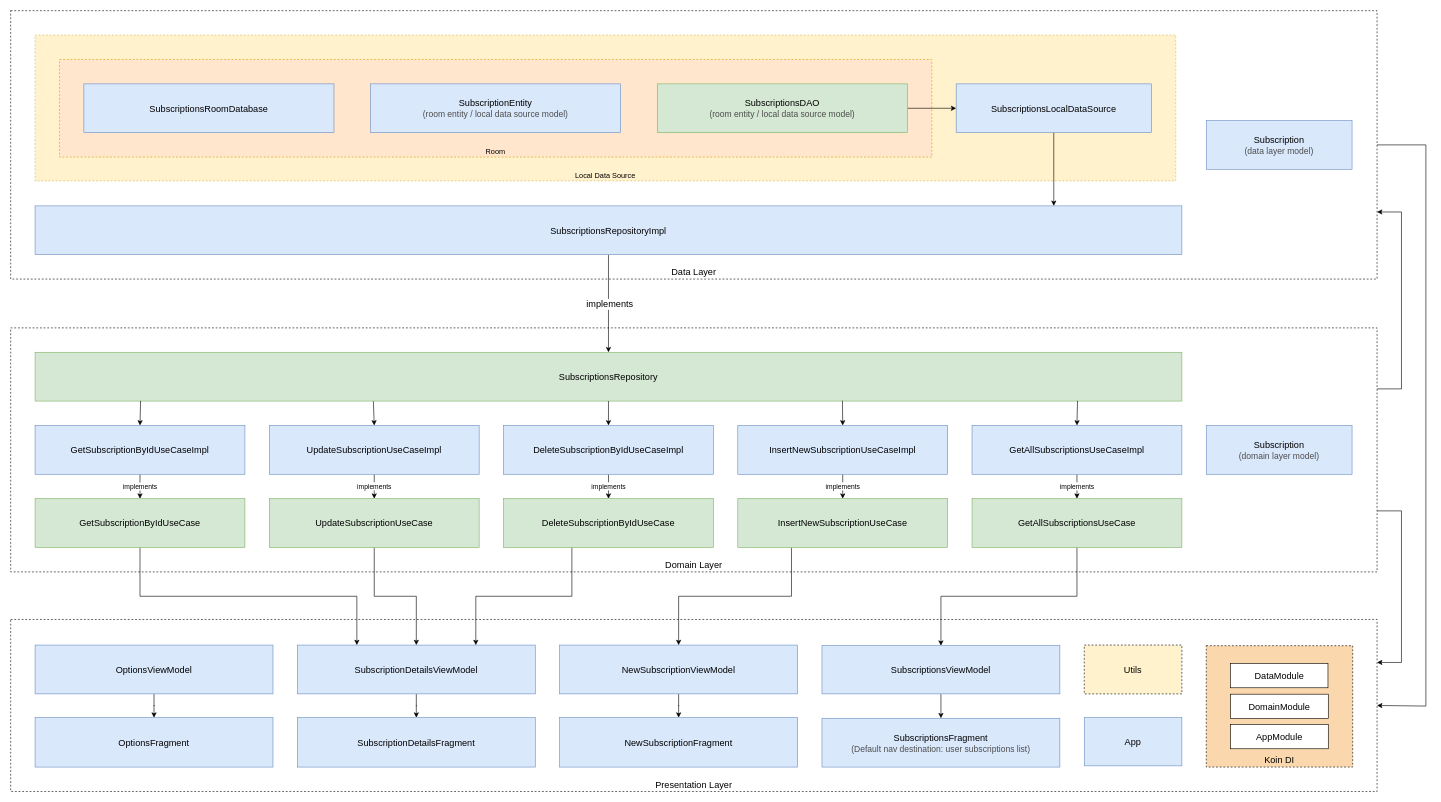
Earlier version of the draw.io diagram architecture/Subscriptions Manager App Architecture Diagram.drawio (karateka-git/subscriptions-manager). Source tidied: cells renumbered, new cells numbered last; positions are measured from the earlier drawing's top-left corner, leaving out a move shared by most shapes. Both pictures are drawn from the tidied source at 61%, with x=0, y=0 at pixel (10, 10).
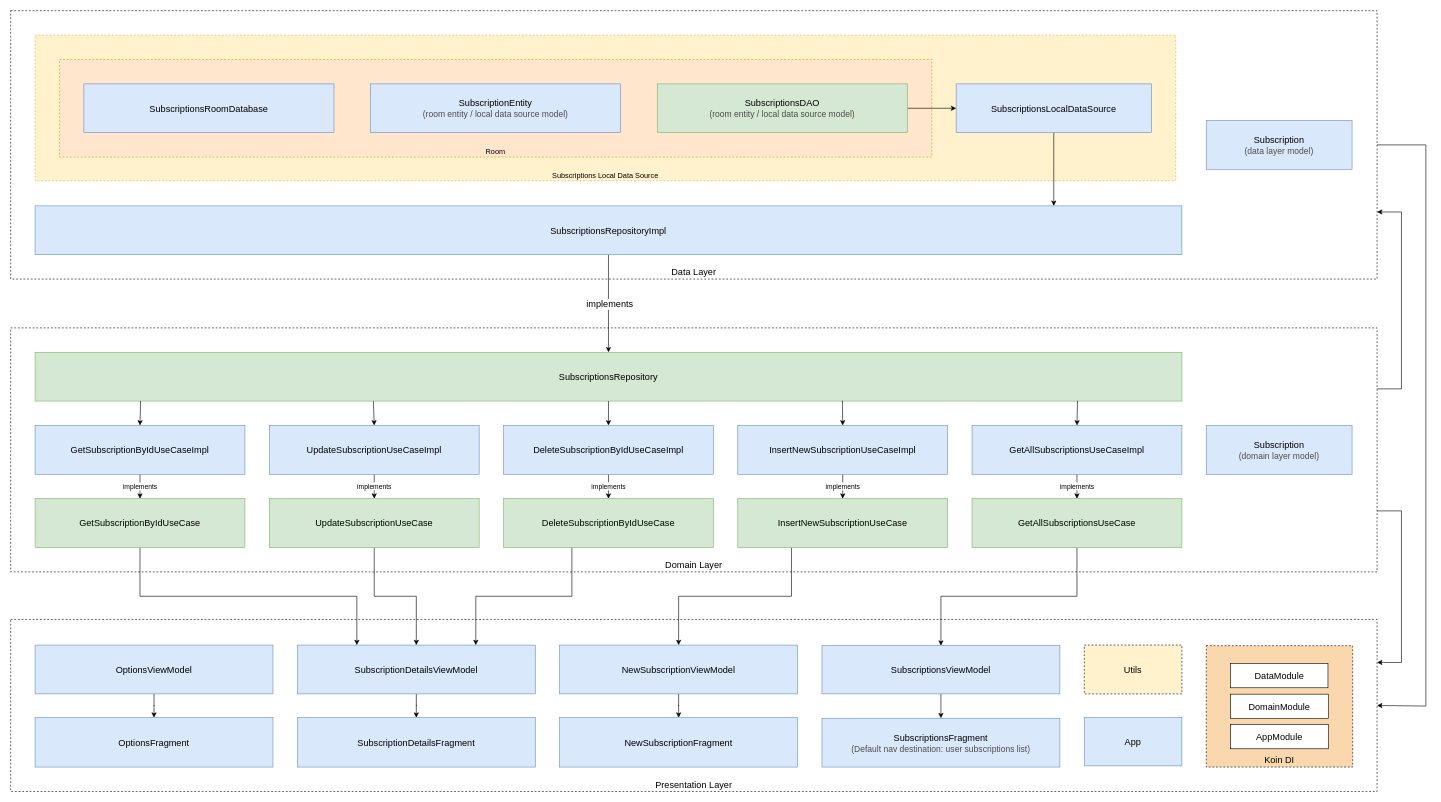
The same page after the edit.

Commit message (it also covers changes not shown here):
updated architecture diagram

The edit, as a diff of the source:
```diff
@@
-    <mxCell id="3" value="Local Data Source" style="rounded=0;whiteSpace=wrap;html=1;dashed=1;verticalAlign=bottom;fillColor=#fff2cc;strokeColor=#d6b656;" parent="1" vertex="1">
+    <mxCell id="3" value="Subscriptions Local Data Source" style="rounded=0;whiteSpace=wrap;html=1;dashed=1;verticalAlign=bottom;fillColor=#fff2cc;strokeColor=#d6b656;" parent="1" vertex="1">
       <mxGeometry x="40" y="40" width="1870" height="239" as="geometry" />
     </mxCell>
```
